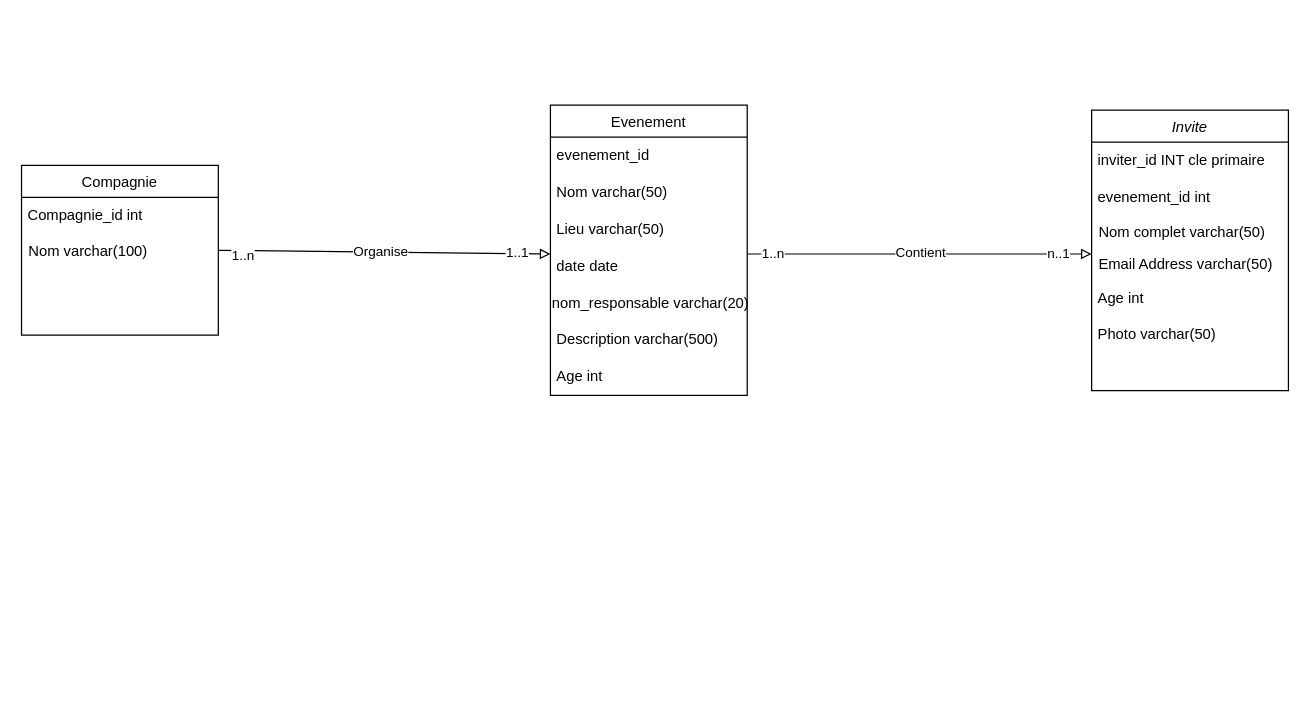
Before: EventCheck.drawio in DoBryanCS/EventCheck, a draw.io diagram. Source tidied: cells renumbered, new cells numbered last; positions are measured from the earlier drawing's top-left corner, leaving out a move shared by most shapes. Both pictures are drawn from the tidied source at 123%, with x=0, y=0 at pixel (21, 105).
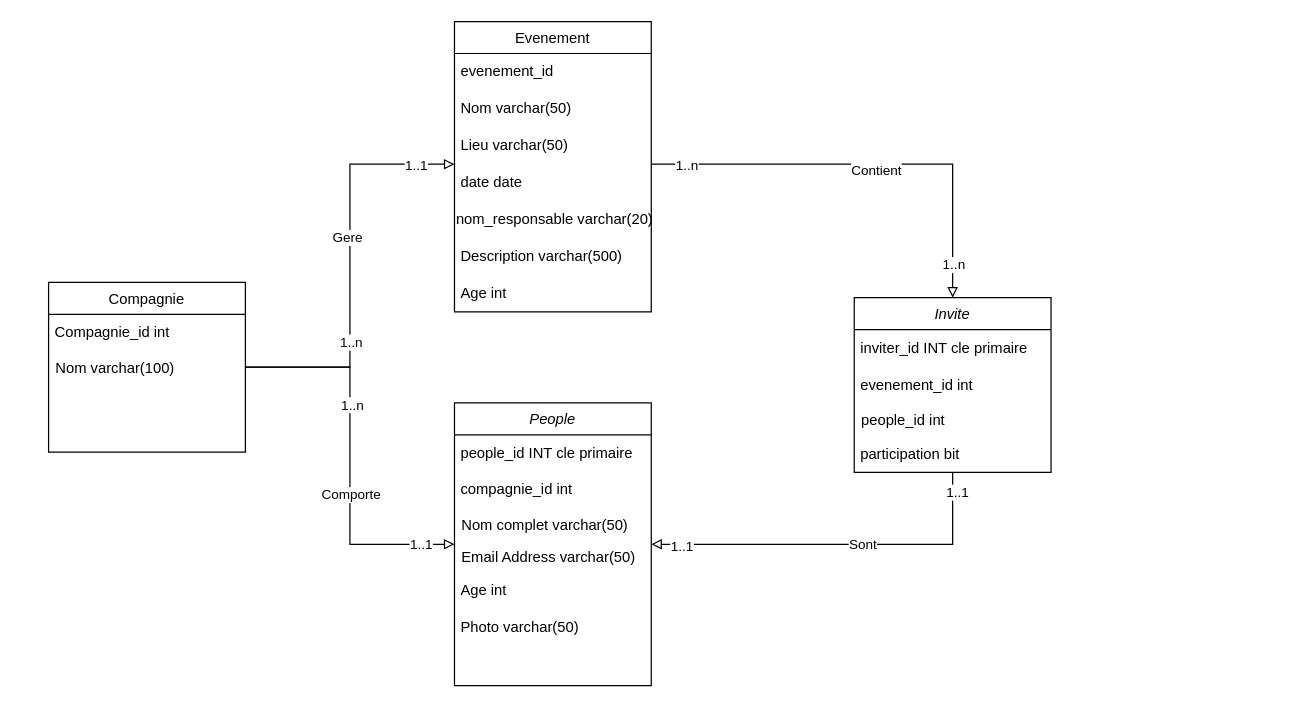
The same page after the edit.

Commit message:
Mettre à jour EventCheck.drawio

Unchanged cells that the change refers to:
```xml
<mxCell id="11" value="Nom varchar(100)" style="text;align=left;verticalAlign=top;spacingLeft=4;spacingRight=4;overflow=hidden;points=[[0,0.5],[1,0.5]];portConstraint=eastwest;" parent="9" vertex="1">
  <mxGeometry y="56" width="160" height="26" as="geometry" />
</mxCell>
<mxCell id="16" value="&amp;nbsp;date date" style="text;strokeColor=none;align=left;fillColor=none;html=1;verticalAlign=middle;whiteSpace=wrap;rounded=0;" parent="12" vertex="1">
  <mxGeometry y="116" width="160" height="30" as="geometry" />
</mxCell>
```

Change to the diagram source:
```diff
@@
+    <mxCell id="28" style="edgeStyle=elbowEdgeStyle;rounded=0;jettySize=auto;html=1;exitX=0.5;exitY=0;exitDx=0;exitDy=0;entryX=1;entryY=0;entryDx=0;entryDy=0;startArrow=block;startFill=0;endArrow=none;endFill=0;" parent="1" edge="1" source="2" target="16">
+      <mxGeometry relative="1" as="geometry">
+        <Array as="points">
+          <mxPoint x="757" y="82" />
+          <mxPoint x="757" y="70" />
+        </Array>
+      </mxGeometry>
+    </mxCell>
+    <mxCell id="27" value="Contient" style="edgeLabel;html=1;align=center;verticalAlign=middle;" parent="28" vertex="1">
+      <mxGeometry x="-0.03" y="4" relative="1" as="geometry" />
+    </mxCell>
+    <mxCell id="29" value="1..n" style="edgeLabel;html=1;align=center;verticalAlign=middle;" parent="28" vertex="1">
+      <mxGeometry x="0.84" relative="1" as="geometry" />
+    </mxCell>
+    <mxCell id="30" value="1..n" style="edgeLabel;html=1;align=center;verticalAlign=middle;" parent="28" vertex="1">
+      <mxGeometry x="-0.85" relative="1" as="geometry" />
+    </mxCell>
     <mxCell id="2" value="Invite" style="swimlane;fontStyle=2;align=center;verticalAlign=top;horizontal=1;startSize=26;rounded=0;shadow=0;strokeWidth=1;" parent="1" vertex="1">
-      <mxGeometry x="870" y="4" width="160" height="228" as="geometry" />
+      <mxGeometry x="677" y="156.5" width="160" height="142" as="geometry" />
     </mxCell>
@@
-    <mxCell id="5" value="Nom complet varchar(50)" style="text;align=left;verticalAlign=top;spacingLeft=4;spacingRight=4;overflow=hidden;" parent="2" vertex="1">
+    <mxCell id="5" value="people_id int" style="text;align=left;verticalAlign=top;spacingLeft=4;spacingRight=4;overflow=hidden;" parent="2" vertex="1">
       <mxGeometry y="86" width="160" height="26" as="geometry" />
     </mxCell>
-    <mxCell id="6" value="Email Address varchar(50)" style="text;align=left;verticalAlign=top;spacingLeft=4;spacingRight=4;overflow=hidden;rounded=0;shadow=0;html=0;" parent="2" vertex="1">
-      <mxGeometry y="112" width="160" height="26" as="geometry" />
-    </mxCell>
-    <mxCell id="7" value="&amp;nbsp;Age int" style="text;strokeColor=none;align=left;fillColor=none;html=1;verticalAlign=middle;whiteSpace=wrap;rounded=0;" parent="2" vertex="1">
-      <mxGeometry y="138" width="160" height="30" as="geometry" />
-    </mxCell>
-    <mxCell id="8" value="&amp;nbsp;Photo varchar(50)" style="text;strokeColor=none;align=left;fillColor=none;html=1;verticalAlign=middle;whiteSpace=wrap;rounded=0;" parent="2" vertex="1">
-      <mxGeometry y="168" width="160" height="30" as="geometry" />
-    </mxCell>
+    <mxCell id="31" value="&amp;nbsp;participation bit" style="text;strokeColor=none;align=left;fillColor=none;html=1;verticalAlign=middle;whiteSpace=wrap;rounded=0;" parent="2" vertex="1">
+      <mxGeometry y="112" width="160" height="30" as="geometry" />
+    </mxCell>
     <mxCell id="9" value="Compagnie" style="swimlane;fontStyle=0;align=center;verticalAlign=top;horizontal=1;startSize=26;rounded=0;shadow=0;strokeWidth=1;" parent="1" vertex="1">
-      <mxGeometry y="49" width="160" height="138" as="geometry" />
+      <mxGeometry x="22" y="144" width="160" height="138" as="geometry" />
     </mxCell>
@@
     <mxCell id="12" value="Evenement" style="swimlane;fontStyle=0;align=center;verticalAlign=top;horizontal=1;startSize=26;rounded=0;shadow=0;strokeWidth=1;" parent="1" vertex="1">
-      <mxGeometry x="430" width="160" height="236" as="geometry" />
+      <mxGeometry x="352" y="-68" width="160" height="236" as="geometry" />
     </mxCell>
@@
-    <mxCell id="20" style="endArrow=none;endSize=10;endFill=0;shadow=0;strokeWidth=1;rounded=0;elbow=vertical;entryX=1;entryY=0.5;entryDx=0;entryDy=0;startArrow=block;startFill=0;" parent="1" edge="1" target="11">
-      <mxGeometry relative="1" as="geometry">
-        <mxPoint x="430" y="121" as="sourcePoint" />
-      </mxGeometry>
-    </mxCell>
-    <mxCell id="21" value="1..n" style="edgeLabel;html=1;align=center;verticalAlign=middle;" parent="20" vertex="1">
-      <mxGeometry x="0.85" y="3" relative="1" as="geometry" />
-    </mxCell>
-    <mxCell id="22" value="1..1" style="edgeLabel;html=1;align=center;verticalAlign=middle;" parent="20" vertex="1">
-      <mxGeometry x="-0.79" y="-1" relative="1" as="geometry" />
-    </mxCell>
-    <mxCell id="23" value="Organise" style="edgeLabel;html=1;align=center;verticalAlign=middle;" parent="20" vertex="1">
-      <mxGeometry x="0.12" y="-1" relative="1" as="geometry">
-        <mxPoint x="12" as="offset" />
-      </mxGeometry>
-    </mxCell>
-    <mxCell id="24" style="edgeStyle=none;rounded=0;orthogonalLoop=1;jettySize=auto;html=1;startArrow=block;startFill=0;endArrow=none;endFill=0;" parent="1" edge="1">
-      <mxGeometry relative="1" as="geometry">
-        <mxPoint x="870" y="121" as="sourcePoint" />
-        <mxPoint x="590" y="121" as="targetPoint" />
-      </mxGeometry>
-    </mxCell>
-    <mxCell id="25" value="1..n" style="edgeLabel;html=1;align=center;verticalAlign=middle;" parent="24" vertex="1">
-      <mxGeometry x="0.86" y="-1" relative="1" as="geometry" />
-    </mxCell>
-    <mxCell id="26" value="n..1" style="edgeLabel;html=1;align=center;verticalAlign=middle;" parent="24" vertex="1">
-      <mxGeometry x="-0.8" y="-1" relative="1" as="geometry" />
-    </mxCell>
-    <mxCell id="27" value="Contient" style="edgeLabel;html=1;align=center;verticalAlign=middle;" parent="24" vertex="1">
-      <mxGeometry x="-0.08" y="-2" relative="1" as="geometry">
-        <mxPoint x="-11" as="offset" />
-      </mxGeometry>
-    </mxCell>
+    <mxCell id="32" style="edgeStyle=elbowEdgeStyle;rounded=0;jettySize=auto;html=1;exitX=0;exitY=0.5;exitDx=0;exitDy=0;entryX=1;entryY=0.5;entryDx=0;entryDy=0;startArrow=block;startFill=0;endArrow=none;endFill=0;" parent="1" edge="1" source="40" target="11">
+      <mxGeometry relative="1" as="geometry" />
+    </mxCell>
+    <mxCell id="33" value="Comporte" style="edgeLabel;html=1;align=center;verticalAlign=middle;" parent="32" vertex="1">
+      <mxGeometry x="-0.2" relative="1" as="geometry" />
+    </mxCell>
+    <mxCell id="34" value="1..1" style="edgeLabel;html=1;align=center;verticalAlign=middle;" parent="32" vertex="1">
+      <mxGeometry x="-0.82" y="-1" relative="1" as="geometry" />
+    </mxCell>
+    <mxCell id="35" value="1..n" style="edgeLabel;html=1;align=center;verticalAlign=middle;" parent="32" vertex="1">
+      <mxGeometry x="0.27" y="-1" relative="1" as="geometry" />
+    </mxCell>
+    <mxCell id="36" style="edgeStyle=elbowEdgeStyle;rounded=0;jettySize=auto;html=1;exitX=1;exitY=0.5;exitDx=0;exitDy=0;entryX=0.5;entryY=1;entryDx=0;entryDy=0;startArrow=block;startFill=0;endArrow=none;endFill=0;" parent="1" edge="1" source="40" target="2">
+      <mxGeometry relative="1" as="geometry">
+        <Array as="points">
+          <mxPoint x="757" y="347" />
+        </Array>
+      </mxGeometry>
+    </mxCell>
+    <mxCell id="37" value="Sont" style="edgeLabel;html=1;align=center;verticalAlign=middle;" parent="36" vertex="1">
+      <mxGeometry x="0.13" y="1" relative="1" as="geometry" />
+    </mxCell>
+    <mxCell id="38" value="1..1" style="edgeLabel;html=1;align=center;verticalAlign=middle;" parent="36" vertex="1">
+      <mxGeometry x="-0.84" y="-1" relative="1" as="geometry" />
+    </mxCell>
+    <mxCell id="39" value="1..1" style="edgeLabel;html=1;align=center;verticalAlign=middle;" parent="36" vertex="1">
+      <mxGeometry x="0.9" y="-3" relative="1" as="geometry" />
+    </mxCell>
+    <mxCell id="40" value="People" style="swimlane;fontStyle=2;align=center;verticalAlign=top;horizontal=1;startSize=26;rounded=0;shadow=0;strokeWidth=1;" parent="1" vertex="1">
+      <mxGeometry x="352" y="242" width="160" height="230" as="geometry" />
+    </mxCell>
+    <mxCell id="41" value="&amp;nbsp;people_id INT cle primaire" style="text;strokeColor=none;align=left;fillColor=none;html=1;verticalAlign=middle;whiteSpace=wrap;rounded=0;" parent="40" vertex="1">
+      <mxGeometry y="26" width="160" height="30" as="geometry" />
+    </mxCell>
+    <mxCell id="42" value="&amp;nbsp;compagnie_id int" style="text;strokeColor=none;align=left;fillColor=none;html=1;verticalAlign=middle;whiteSpace=wrap;rounded=0;" parent="40" vertex="1">
+      <mxGeometry y="56" width="160" height="30" as="geometry" />
+    </mxCell>
+    <mxCell id="43" value="Nom complet varchar(50)" style="text;align=left;verticalAlign=top;spacingLeft=4;spacingRight=4;overflow=hidden;" parent="40" vertex="1">
+      <mxGeometry y="86" width="160" height="26" as="geometry" />
+    </mxCell>
+    <mxCell id="6" value="Email Address varchar(50)" style="text;align=left;verticalAlign=top;spacingLeft=4;spacingRight=4;overflow=hidden;rounded=0;shadow=0;html=0;" parent="40" vertex="1">
+      <mxGeometry y="112" width="160" height="26" as="geometry" />
+    </mxCell>
+    <mxCell id="7" value="&amp;nbsp;Age int" style="text;strokeColor=none;align=left;fillColor=none;html=1;verticalAlign=middle;whiteSpace=wrap;rounded=0;" parent="40" vertex="1">
+      <mxGeometry y="138" width="160" height="30" as="geometry" />
+    </mxCell>
+    <mxCell id="8" value="&amp;nbsp;Photo varchar(50)" style="text;strokeColor=none;align=left;fillColor=none;html=1;verticalAlign=middle;whiteSpace=wrap;rounded=0;" parent="40" vertex="1">
+      <mxGeometry y="168" width="160" height="30" as="geometry" />
+    </mxCell>
+    <mxCell id="44" style="edgeStyle=elbowEdgeStyle;rounded=0;jettySize=auto;html=1;exitX=0;exitY=0;exitDx=0;exitDy=0;entryX=1;entryY=0.5;entryDx=0;entryDy=0;startArrow=block;startFill=0;endArrow=none;endFill=0;" parent="1" edge="1" source="16" target="11">
+      <mxGeometry relative="1" as="geometry" />
+    </mxCell>
+    <mxCell id="45" value="Gere" style="edgeLabel;html=1;align=center;verticalAlign=middle;" parent="44" vertex="1">
+      <mxGeometry x="-0.14" y="-3" relative="1" as="geometry">
+        <mxPoint y="1" as="offset" />
+      </mxGeometry>
+    </mxCell>
+    <mxCell id="46" value="1..n" style="edgeLabel;html=1;align=center;verticalAlign=middle;" parent="44" vertex="1">
+      <mxGeometry x="0.37" relative="1" as="geometry">
+        <mxPoint y="1" as="offset" />
+      </mxGeometry>
+    </mxCell>
+    <mxCell id="47" value="1..1" style="edgeLabel;html=1;align=center;verticalAlign=middle;" parent="44" vertex="1">
+      <mxGeometry x="-0.81" relative="1" as="geometry" />
+    </mxCell>
```
